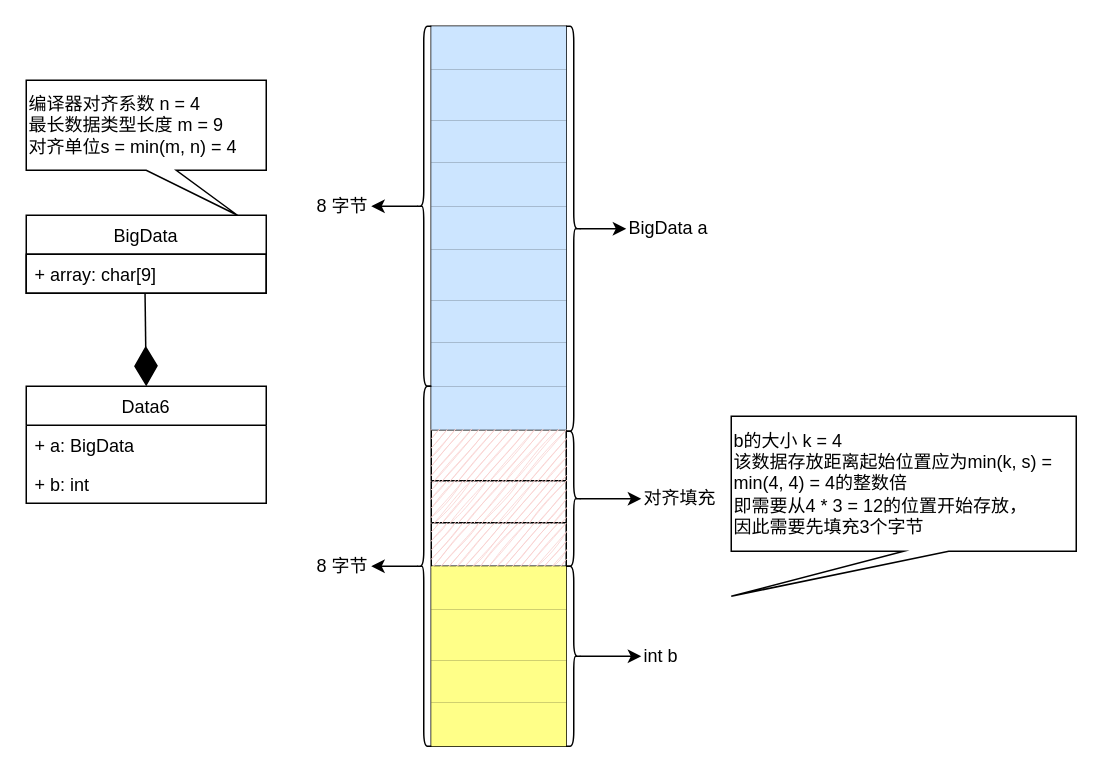
Above: TechStack/memory_alignment_case6.drawio in zhxilin/picbed (draw.io), before the change. Source tidied: cells renumbered, new cells numbered last; positions are measured from the earlier drawing's top-left corner, leaving out a move shared by most shapes. Both pictures are drawn from the tidied source at 150%, with x=0, y=0 at pixel (26, 26).
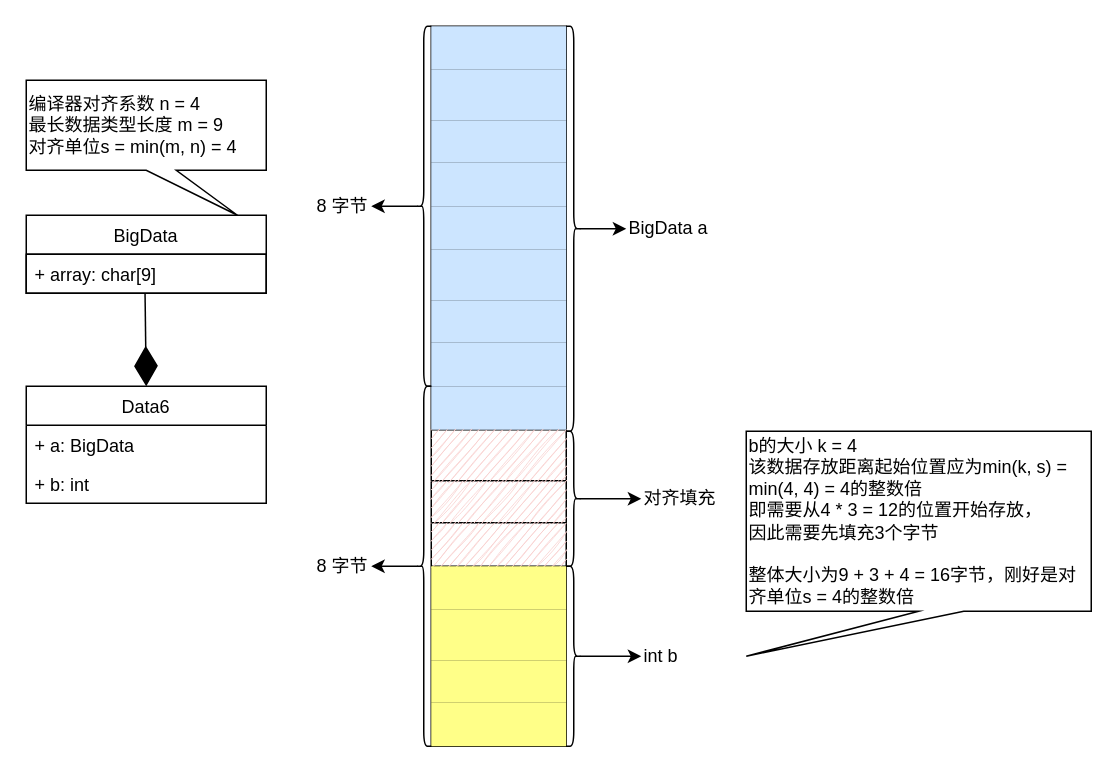
The same page after the edit.

What changed in the source:
```diff
@@
-    <mxCell id="57" value="b的大小 k = 4&lt;div&gt;该数据存放距离起始位置应为min(k, s) = min(4, 4) = 4的整数倍&lt;/div&gt;&lt;div&gt;即需要从4 * 3 = 12的位置开始存放，&lt;/div&gt;&lt;div&gt;因此需要先填充3个字节&lt;/div&gt;" style="shape=callout;whiteSpace=wrap;html=1;perimeter=calloutPerimeter;sketch=0;position2=0;align=left;base=30;" parent="1" vertex="1">
-      <mxGeometry x="470" y="260" width="230" height="120" as="geometry" />
+    <mxCell id="57" value="b的大小 k = 4&lt;div&gt;该数据存放距离起始位置应为min(k, s) = min(4, 4) = 4的整数倍&lt;/div&gt;&lt;div&gt;即需要从4 * 3 = 12的位置开始存放，&lt;/div&gt;&lt;div&gt;因此需要先填充3个字节&lt;/div&gt;&lt;div&gt;&lt;br&gt;&lt;/div&gt;&lt;div&gt;整体大小为9 + 3 + 4 = 16字节，刚好是对齐单位s = 4的整数倍&lt;/div&gt;" style="shape=callout;whiteSpace=wrap;html=1;perimeter=calloutPerimeter;sketch=0;position2=0;align=left;base=30;" parent="1" vertex="1">
+      <mxGeometry x="480" y="270" width="230" height="150" as="geometry" />
     </mxCell>
```
